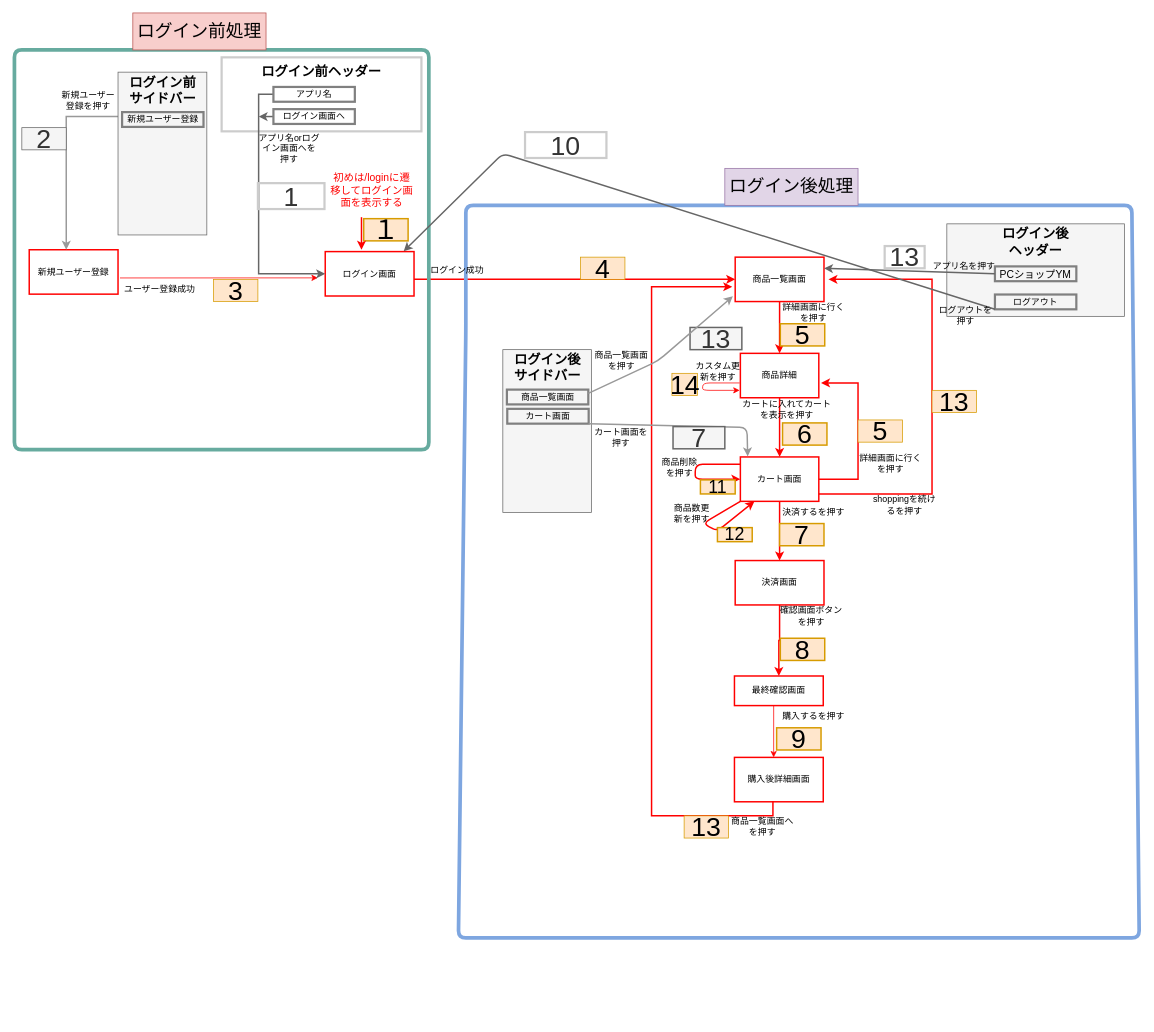
The draw.io diagram page "画面遷移図" (22 of 33) of src/main/resources/templates/shopping/Untitled Diagram.drawio in YumaMaruyama/ITworksTRYshopping, before the edit. Source tidied: cells renumbered, new cells numbered last; positions are measured from the earlier drawing's top-left corner, leaving out a move shared by most shapes. Both pictures are drawn from the tidied source at 74%, with x=0, y=0 at pixel (14, 13).
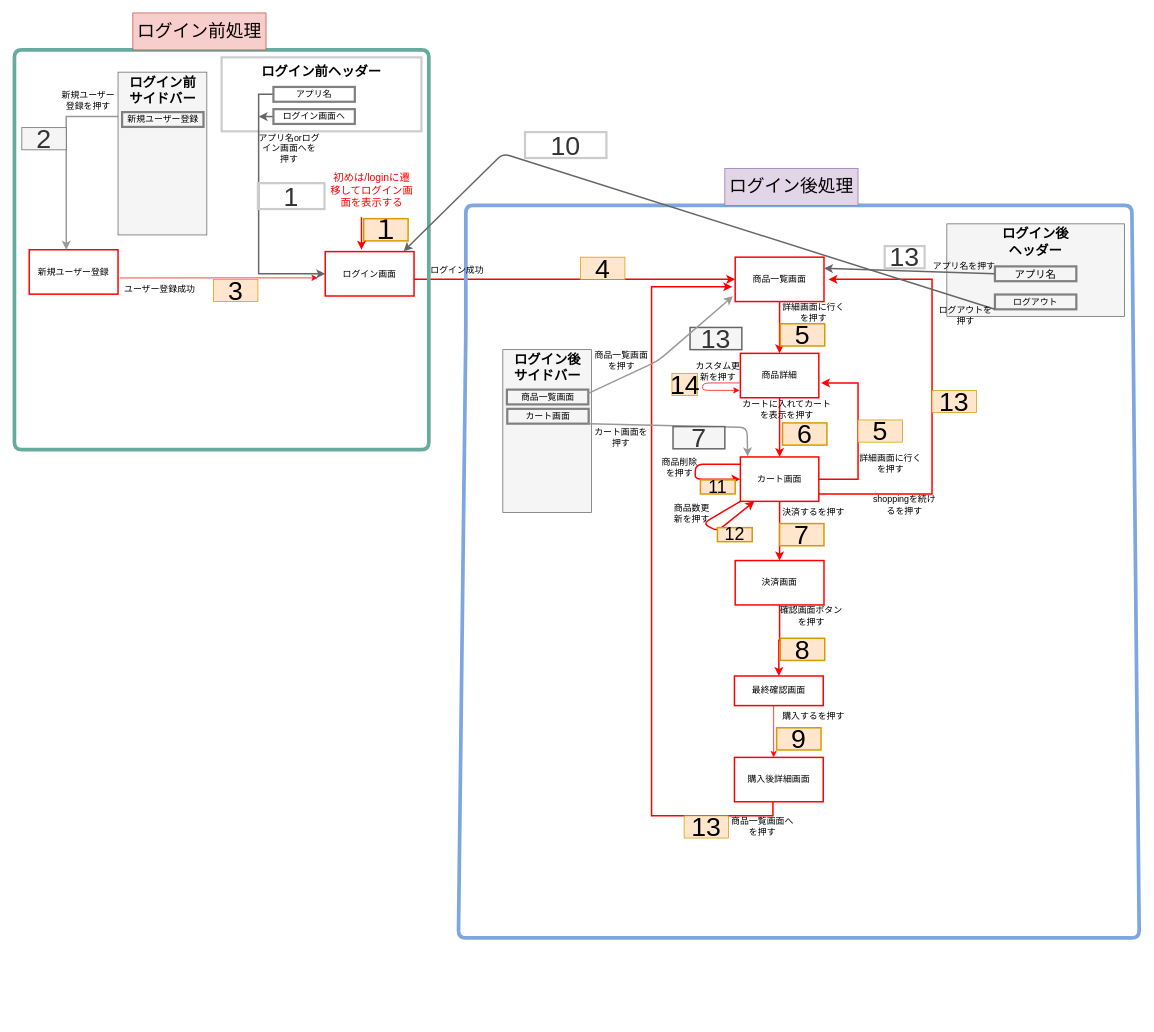
Above is the later version.

Change to the diagram source:
```diff
@@
-    <mxCell id="52" value="&lt;span style=&quot;color: rgb(0 , 0 , 0) ; font-size: 14px&quot;&gt;PCショップYM&lt;/span&gt;" style="text;html=1;fillColor=none;align=center;verticalAlign=middle;whiteSpace=wrap;rounded=0;fontColor=#FFFF00;strokeColor=#808080;strokeWidth=3;" parent="1" vertex="1">
+    <mxCell id="52" value="&lt;font color=&quot;#000000&quot;&gt;&lt;span style=&quot;font-size: 14px&quot;&gt;アプリ名&lt;/span&gt;&lt;/font&gt;" style="text;html=1;fillColor=none;align=center;verticalAlign=middle;whiteSpace=wrap;rounded=0;fontColor=#FFFF00;strokeColor=#808080;strokeWidth=3;" parent="1" vertex="1">
       <mxGeometry x="1325" y="342.5" width="110" height="20" as="geometry" />
     </mxCell>
```
